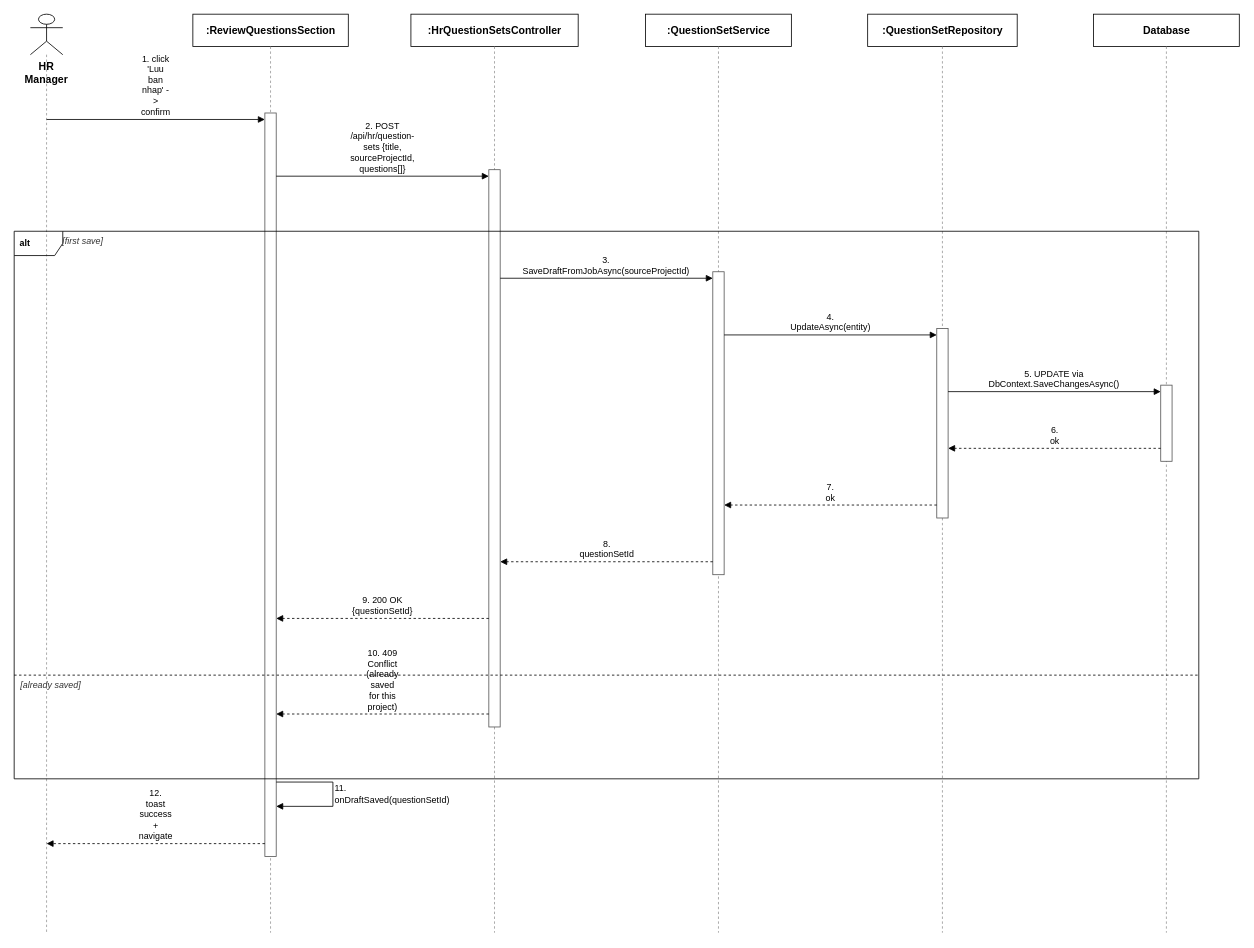
The draw.io diagram docs/qa/Nam_SequenceDiagram/Report4_SequenceDiagram_QuestionSetManagement_SaveDraft.drawio in tulklk/AI_Interview_Question_Generation_RAG_LLM_FE, before the edit. Source tidied: cells renumbered, new cells numbered last; positions are measured from the earlier drawing's top-left corner, leaving out a move shared by most shapes. Both pictures are drawn from the tidied source at 81%, with x=0, y=0 at pixel (14, 14).
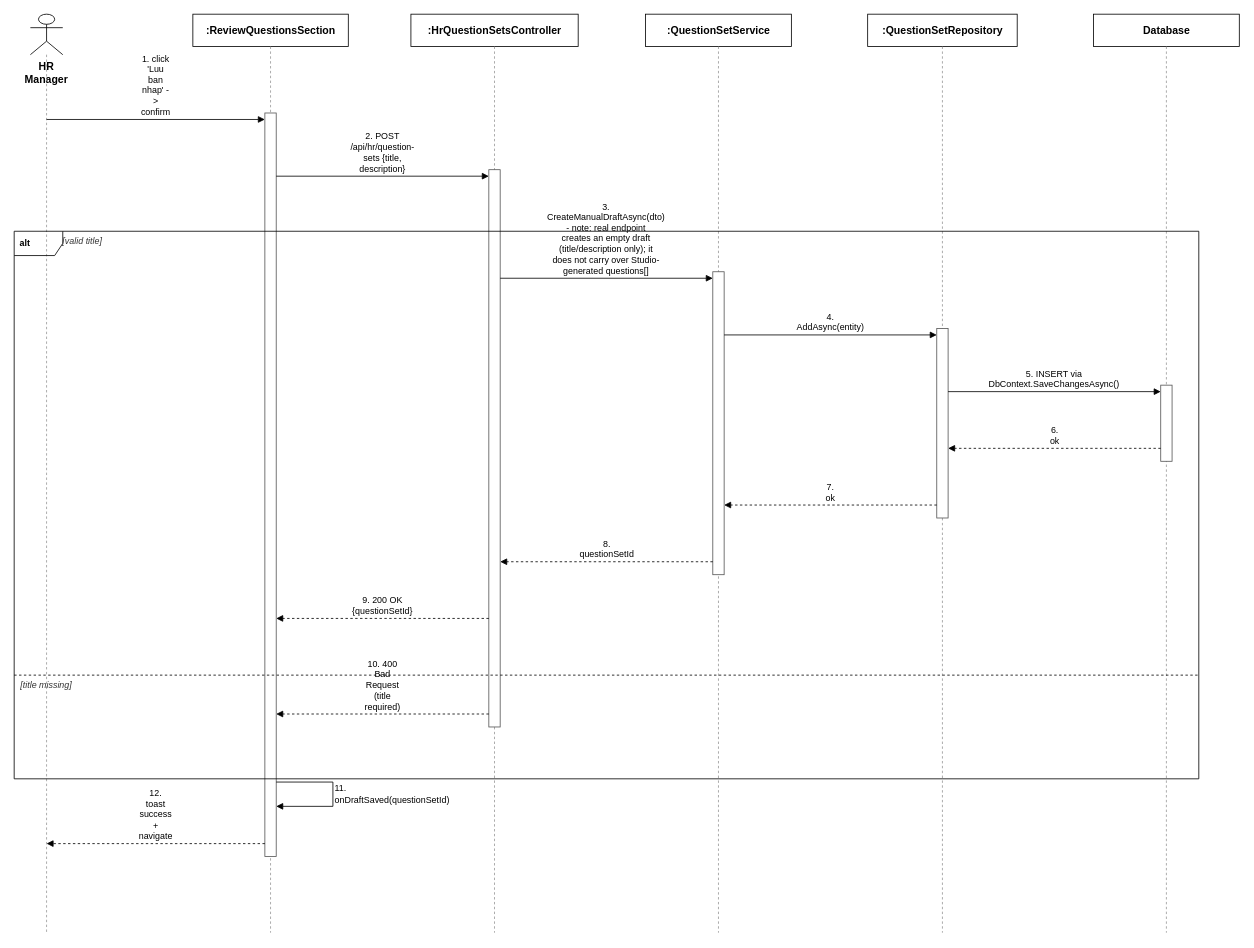
After the change.

Change to the diagram source:
```diff
@@
-    <mxCell id="20" value="2. POST /api/hr/question-sets  {title,&lt;br&gt;sourceProjectId, questions[]}" style="endArrow=block;endFill=1;html=1;whiteSpace=wrap;fontSize=11;align=center;verticalAlign=bottom;labelBackgroundColor=#ffffff;strokeColor=#000000;" parent="1" edge="1">
+    <mxCell id="20" value="2. POST /api/hr/question-sets {title, description}" style="endArrow=block;endFill=1;html=1;whiteSpace=wrap;fontSize=11;align=center;verticalAlign=bottom;labelBackgroundColor=#ffffff;strokeColor=#000000;" parent="1" edge="1">
       <mxGeometry relative="1" as="geometry">
         <mxPoint x="323.5" y="200" as="sourcePoint" />
         <mxPoint x="586" y="200" as="targetPoint" />
       </mxGeometry>
     </mxCell>
-    <mxCell id="21" value="3. SaveDraftFromJobAsync(sourceProjectId)" style="endArrow=block;endFill=1;html=1;whiteSpace=wrap;fontSize=11;align=center;verticalAlign=bottom;labelBackgroundColor=#ffffff;strokeColor=#000000;" parent="1" edge="1">
+    <mxCell id="21" value="3. CreateManualDraftAsync(dto) - note: real endpoint&lt;br&gt;creates an empty draft (title/description only); it&lt;br&gt;does not carry over Studio-generated questions[]" style="endArrow=block;endFill=1;html=1;whiteSpace=wrap;fontSize=11;align=center;verticalAlign=bottom;labelBackgroundColor=#ffffff;strokeColor=#000000;" parent="1" edge="1">
       <mxGeometry relative="1" as="geometry">
         <mxPoint x="600" y="326" as="sourcePoint" />
         <mxPoint x="862.5" y="326" as="targetPoint" />
       </mxGeometry>
     </mxCell>
-    <mxCell id="22" value="4. UpdateAsync(entity)" style="endArrow=block;endFill=1;html=1;whiteSpace=wrap;fontSize=11;align=center;verticalAlign=bottom;labelBackgroundColor=#ffffff;strokeColor=#000000;" parent="1" edge="1">
+    <mxCell id="22" value="4. AddAsync(entity)" style="endArrow=block;endFill=1;html=1;whiteSpace=wrap;fontSize=11;align=center;verticalAlign=bottom;labelBackgroundColor=#ffffff;strokeColor=#000000;" parent="1" edge="1">
       <mxGeometry relative="1" as="geometry">
         <mxPoint x="876.5" y="396" as="sourcePoint" />
         <mxPoint x="1139" y="396" as="targetPoint" />
       </mxGeometry>
     </mxCell>
-    <mxCell id="23" value="5. UPDATE via DbContext.SaveChangesAsync()" style="endArrow=block;endFill=1;html=1;whiteSpace=wrap;fontSize=11;align=center;verticalAlign=bottom;labelBackgroundColor=#ffffff;strokeColor=#000000;" parent="1" edge="1">
+    <mxCell id="23" value="5. INSERT via DbContext.SaveChangesAsync()" style="endArrow=block;endFill=1;html=1;whiteSpace=wrap;fontSize=11;align=center;verticalAlign=bottom;labelBackgroundColor=#ffffff;strokeColor=#000000;" parent="1" edge="1">
       <mxGeometry relative="1" as="geometry">
         <mxPoint x="1153" y="466" as="sourcePoint" />
         <mxPoint x="1415.5" y="466" as="targetPoint" />
       </mxGeometry>
     </mxCell>
@@
-    <mxCell id="28" value="10. 409 Conflict (already saved for this project)" style="endArrow=block;endFill=1;html=1;whiteSpace=wrap;dashed=1;fontSize=11;align=center;verticalAlign=bottom;labelBackgroundColor=#ffffff;strokeColor=#000000;" parent="1" edge="1">
+    <mxCell id="28" value="10. 400 Bad Request (title required)" style="endArrow=block;endFill=1;html=1;whiteSpace=wrap;dashed=1;fontSize=11;align=center;verticalAlign=bottom;labelBackgroundColor=#ffffff;strokeColor=#000000;" parent="1" edge="1">
       <mxGeometry relative="1" as="geometry">
         <mxPoint x="586" y="864" as="sourcePoint" />
         <mxPoint x="323.5" y="864" as="targetPoint" />
       </mxGeometry>
     </mxCell>
@@
-    <mxCell id="30" value="[first save]" style="text;html=1;align=left;verticalAlign=middle;fontSize=11;fontColor=#333333;fontStyle=2;" parent="1" vertex="1">
+    <mxCell id="30" value="[valid title]" style="text;html=1;align=left;verticalAlign=middle;fontSize=11;fontColor=#333333;fontStyle=2;" parent="1" vertex="1">
       <mxGeometry x="58" y="270" width="1398.5" height="20" as="geometry" />
     </mxCell>
@@
-    <mxCell id="32" value="[already saved]" style="text;html=1;align=left;verticalAlign=middle;fontSize=11;fontColor=#333333;fontStyle=2;" parent="1" vertex="1">
+    <mxCell id="32" value="[title missing]" style="text;html=1;align=left;verticalAlign=middle;fontSize=11;fontColor=#333333;fontStyle=2;" parent="1" vertex="1">
       <mxGeometry x="6" y="818" width="1450.5" height="20" as="geometry" />
     </mxCell>
```
